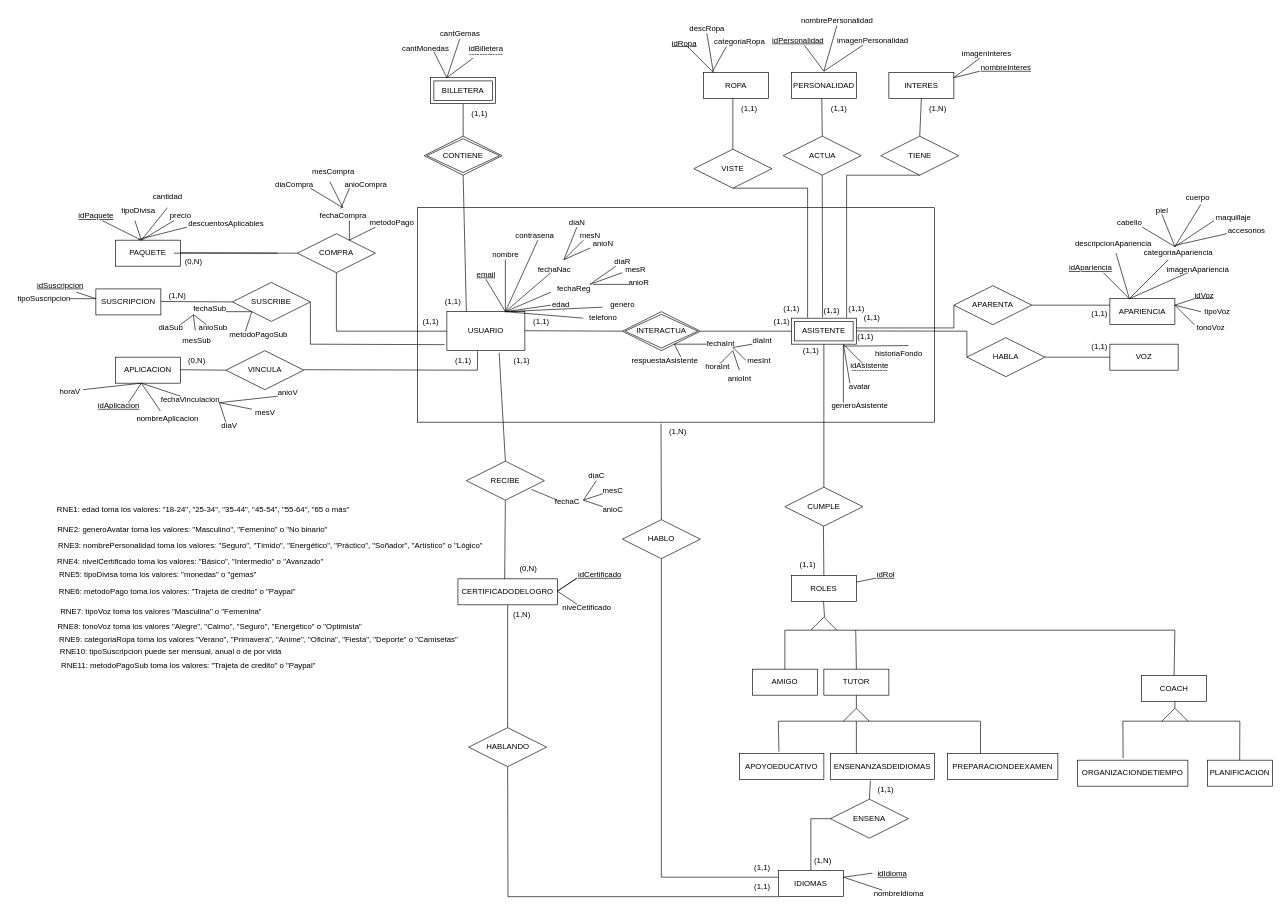
This is obligatorio1.drawio from MartinAlonsoo/ObligatorioBD1, a draw.io file, before an edit. Source tidied: cells renumbered, new cells numbered last; positions are measured from the earlier drawing's top-left corner, leaving out a move shared by most shapes. Both pictures are drawn from the tidied source at 65%, with x=0, y=0 at pixel (11, 11).
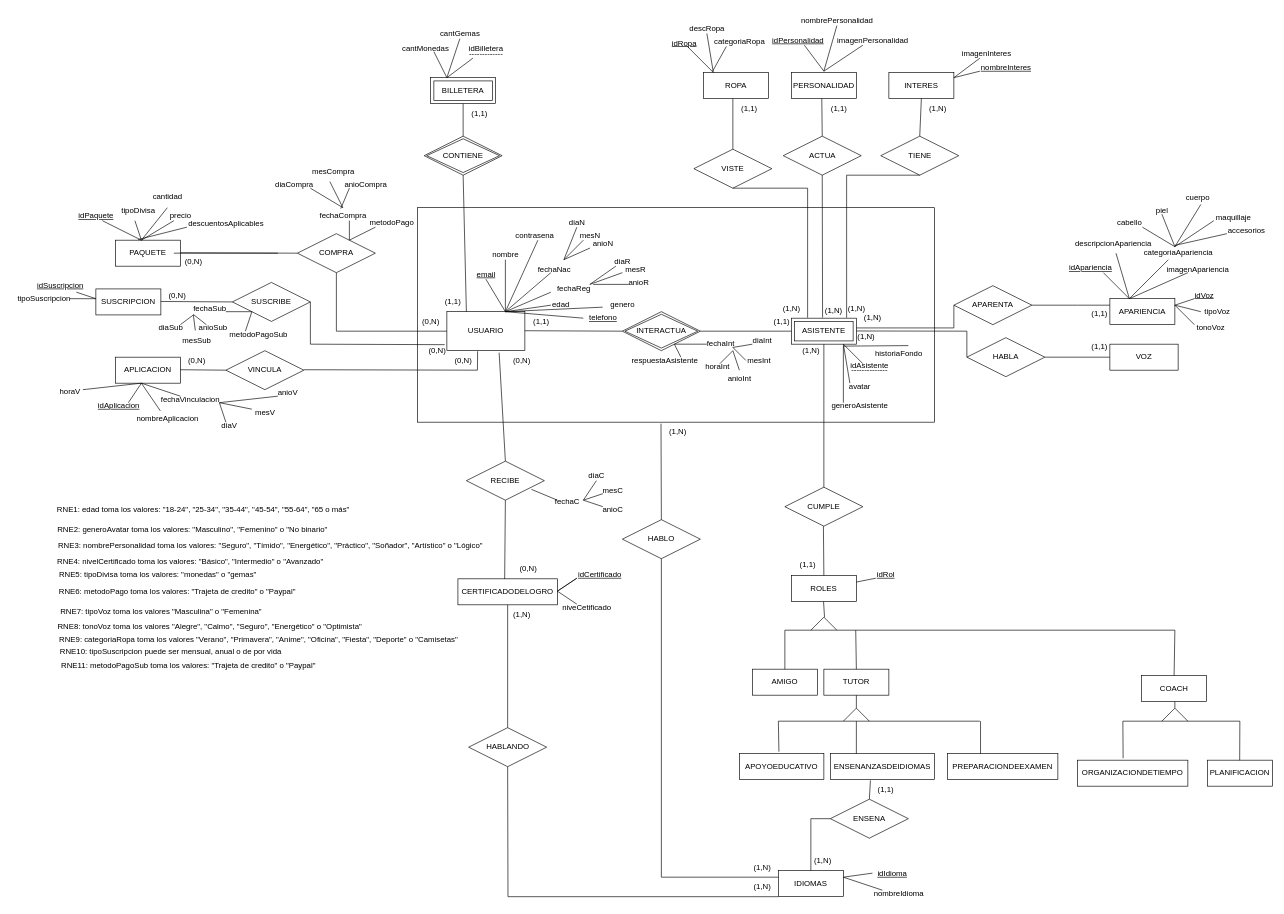
Above is the later version.

Diff of the diagram source:
```diff
@@
-    <mxCell id="34" value="(1,1)" style="text;html=1;align=center;verticalAlign=middle;strokeColor=none;fillColor=none;" parent="1" vertex="1">
+    <mxCell id="34" value="(0,N)" style="text;html=1;align=center;verticalAlign=middle;strokeColor=none;fillColor=none;" parent="1" vertex="1">
       <mxGeometry x="620" y="462" width="50" height="30" as="geometry" />
     </mxCell>
-    <mxCell id="35" value="(1,1)" style="text;html=1;align=center;verticalAlign=middle;strokeColor=none;fillColor=none;" parent="1" vertex="1">
+    <mxCell id="35" value="(0,N)" style="text;html=1;align=center;verticalAlign=middle;strokeColor=none;fillColor=none;" parent="1" vertex="1">
       <mxGeometry x="670" y="522" width="50" height="30" as="geometry" />
     </mxCell>
@@
-    <mxCell id="39" value="(1,1)" style="text;html=1;align=center;verticalAlign=middle;strokeColor=none;fillColor=none;" parent="1" vertex="1">
+    <mxCell id="39" value="(1,N)" style="text;html=1;align=center;verticalAlign=middle;strokeColor=none;fillColor=none;" parent="1" vertex="1">
       <mxGeometry x="1175" y="442" width="50" height="30" as="geometry" />
     </mxCell>
-    <mxCell id="40" value="(1,1)" style="text;html=1;align=center;verticalAlign=middle;strokeColor=none;fillColor=none;" parent="1" vertex="1">
+    <mxCell id="40" value="(1,N)" style="text;html=1;align=center;verticalAlign=middle;strokeColor=none;fillColor=none;" parent="1" vertex="1">
       <mxGeometry x="1275" y="442" width="50" height="30" as="geometry" />
     </mxCell>
@@
-    <mxCell id="42" value="&#10;&lt;span style=&quot;color: rgb(0, 0, 0); font-family: Helvetica; font-size: 12px; font-style: normal; font-variant-ligatures: normal; font-variant-caps: normal; font-weight: 400; letter-spacing: normal; orphans: 2; text-align: center; text-indent: 0px; text-transform: none; widows: 2; word-spacing: 0px; -webkit-text-stroke-width: 0px; white-space: nowrap; background-color: rgb(251, 251, 251); text-decoration-thickness: initial; text-decoration-style: initial; text-decoration-color: initial; display: inline !important; float: none;&quot;&gt;(1,1)&lt;/span&gt;&#10;&#10;" style="text;whiteSpace=wrap;html=1;" parent="1" vertex="1">
+    <mxCell id="42" value="&lt;br&gt;&lt;span style=&quot;color: rgb(0, 0, 0); font-family: Helvetica; font-size: 12px; font-style: normal; font-variant-ligatures: normal; font-variant-caps: normal; font-weight: 400; letter-spacing: normal; orphans: 2; text-align: center; text-indent: 0px; text-transform: none; widows: 2; word-spacing: 0px; -webkit-text-stroke-width: 0px; white-space: nowrap; background-color: rgb(251, 251, 251); text-decoration-thickness: initial; text-decoration-style: initial; text-decoration-color: initial; display: inline !important; float: none;&quot;&gt;(1,N)&lt;/span&gt;&lt;div&gt;&lt;br/&gt;&lt;/div&gt;" style="text;whiteSpace=wrap;html=1;" parent="1" vertex="1">
       <mxGeometry x="1300" y="472" width="60" height="40" as="geometry" />
     </mxCell>
-    <mxCell id="43" value="&lt;span style=&quot;color: rgb(0, 0, 0); font-family: Helvetica; font-size: 12px; font-style: normal; font-variant-ligatures: normal; font-variant-caps: normal; font-weight: 400; letter-spacing: normal; orphans: 2; text-align: center; text-indent: 0px; text-transform: none; widows: 2; word-spacing: 0px; -webkit-text-stroke-width: 0px; white-space: nowrap; background-color: rgb(251, 251, 251); text-decoration-thickness: initial; text-decoration-style: initial; text-decoration-color: initial; display: inline !important; float: none;&quot;&gt;(1,1)&lt;/span&gt;" style="text;whiteSpace=wrap;html=1;" parent="1" vertex="1">
+    <mxCell id="43" value="&lt;span style=&quot;color: rgb(0, 0, 0); font-family: Helvetica; font-size: 12px; font-style: normal; font-variant-ligatures: normal; font-variant-caps: normal; font-weight: 400; letter-spacing: normal; orphans: 2; text-align: center; text-indent: 0px; text-transform: none; widows: 2; word-spacing: 0px; -webkit-text-stroke-width: 0px; white-space: nowrap; background-color: rgb(251, 251, 251); text-decoration-thickness: initial; text-decoration-style: initial; text-decoration-color: initial; display: inline !important; float: none;&quot;&gt;(1,N)&lt;/span&gt;" style="text;whiteSpace=wrap;html=1;" parent="1" vertex="1">
       <mxGeometry x="1310" y="457" width="60" height="40" as="geometry" />
     </mxCell>
@@
-    <mxCell id="45" value="&lt;span style=&quot;color: rgb(0, 0, 0); font-family: Helvetica; font-size: 12px; font-style: normal; font-variant-ligatures: normal; font-variant-caps: normal; font-weight: 400; letter-spacing: normal; orphans: 2; text-align: center; text-indent: 0px; text-transform: none; widows: 2; word-spacing: 0px; -webkit-text-stroke-width: 0px; white-space: nowrap; background-color: rgb(251, 251, 251); text-decoration-thickness: initial; text-decoration-style: initial; text-decoration-color: initial; display: inline !important; float: none;&quot;&gt;(1,1)&lt;/span&gt;" style="text;whiteSpace=wrap;html=1;" parent="1" vertex="1">
-      <mxGeometry x="1247.5" y="447" width="60" height="40" as="geometry" />
+    <mxCell id="45" value="&lt;span style=&quot;color: rgb(0, 0, 0); font-family: Helvetica; font-size: 12px; font-style: normal; font-variant-ligatures: normal; font-variant-caps: normal; font-weight: 400; letter-spacing: normal; orphans: 2; text-align: center; text-indent: 0px; text-transform: none; widows: 2; word-spacing: 0px; -webkit-text-stroke-width: 0px; white-space: nowrap; background-color: rgb(251, 251, 251); text-decoration-thickness: initial; text-decoration-style: initial; text-decoration-color: initial; display: inline !important; float: none;&quot;&gt;(1,N)&lt;/span&gt;" style="text;whiteSpace=wrap;html=1;" parent="1" vertex="1">
+      <mxGeometry x="1250" y="447" width="60" height="40" as="geometry" />
     </mxCell>
@@
-    <mxCell id="50" value="(1,1)" style="text;html=1;align=center;verticalAlign=middle;strokeColor=none;fillColor=none;" parent="1" vertex="1">
+    <mxCell id="50" value="(0,N)" style="text;html=1;align=center;verticalAlign=middle;strokeColor=none;fillColor=none;" parent="1" vertex="1">
       <mxGeometry x="760" y="522" width="50" height="30" as="geometry" />
     </mxCell>
@@
-    <mxCell id="72" value="telefono" style="text;html=1;align=center;verticalAlign=middle;points=[];strokeColor=none;fillColor=none;" parent="1" vertex="1">
+    <mxCell id="72" value="&lt;u&gt;telefono&lt;/u&gt;" style="text;html=1;align=center;verticalAlign=middle;points=[];strokeColor=none;fillColor=none;" parent="1" vertex="1">
       <mxGeometry x="875" y="457" width="70" height="30" as="geometry" />
     </mxCell>
@@
-    <mxCell id="242" value="(1,1)" style="text;html=1;align=center;verticalAlign=middle;strokeColor=none;fillColor=none;" parent="1" vertex="1">
+    <mxCell id="242" value="(1,N)" style="text;html=1;align=center;verticalAlign=middle;strokeColor=none;fillColor=none;" parent="1" vertex="1">
       <mxGeometry x="1205" y="507" width="50" height="30" as="geometry" />
     </mxCell>
@@
-    <mxCell id="246" value="(1,N)" style="text;html=1;align=center;verticalAlign=middle;strokeColor=none;fillColor=none;" parent="1" vertex="1">
+    <mxCell id="246" value="(0,N)" style="text;html=1;align=center;verticalAlign=middle;strokeColor=none;fillColor=none;" parent="1" vertex="1">
       <mxGeometry x="230" y="422" width="50" height="30" as="geometry" />
     </mxCell>
@@
-    <mxCell id="250" value="(1,1)" style="text;html=1;align=center;verticalAlign=middle;strokeColor=none;fillColor=none;" parent="1" vertex="1">
+    <mxCell id="250" value="(1,N)" style="text;html=1;align=center;verticalAlign=middle;strokeColor=none;fillColor=none;" parent="1" vertex="1">
       <mxGeometry x="1130" y="1332" width="50" height="30" as="geometry" />
     </mxCell>
-    <mxCell id="251" value="(1,1)" style="text;html=1;align=center;verticalAlign=middle;strokeColor=none;fillColor=none;" parent="1" vertex="1">
+    <mxCell id="251" value="(1,N)" style="text;html=1;align=center;verticalAlign=middle;strokeColor=none;fillColor=none;" parent="1" vertex="1">
       <mxGeometry x="1130" y="1302" width="50" height="30" as="geometry" />
     </mxCell>
@@
+    <mxCell id="257" value="(0,N)" style="text;html=1;align=center;verticalAlign=middle;strokeColor=none;fillColor=none;" parent="1" vertex="1">
+      <mxGeometry x="630" y="507" width="50" height="30" as="geometry" />
+    </mxCell>
```
